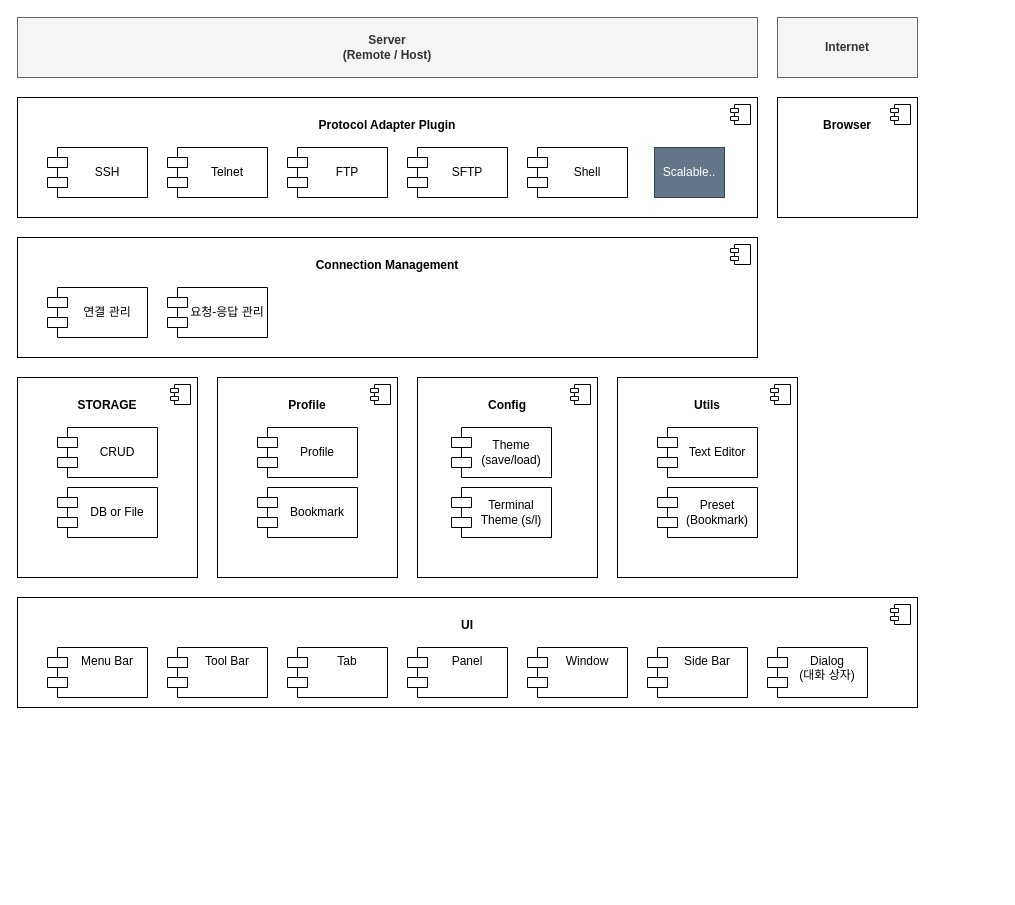
Before: DOC/02_design/01_component_architecture.drawio in whdrns2013/DATerm, a draw.io diagram. Source tidied: cells renumbered, new cells numbered last; positions are measured from the earlier drawing's top-left corner, leaving out a move shared by most shapes. Both pictures are drawn from the tidied source at 100%, with x=0, y=0 at pixel (17, 17).
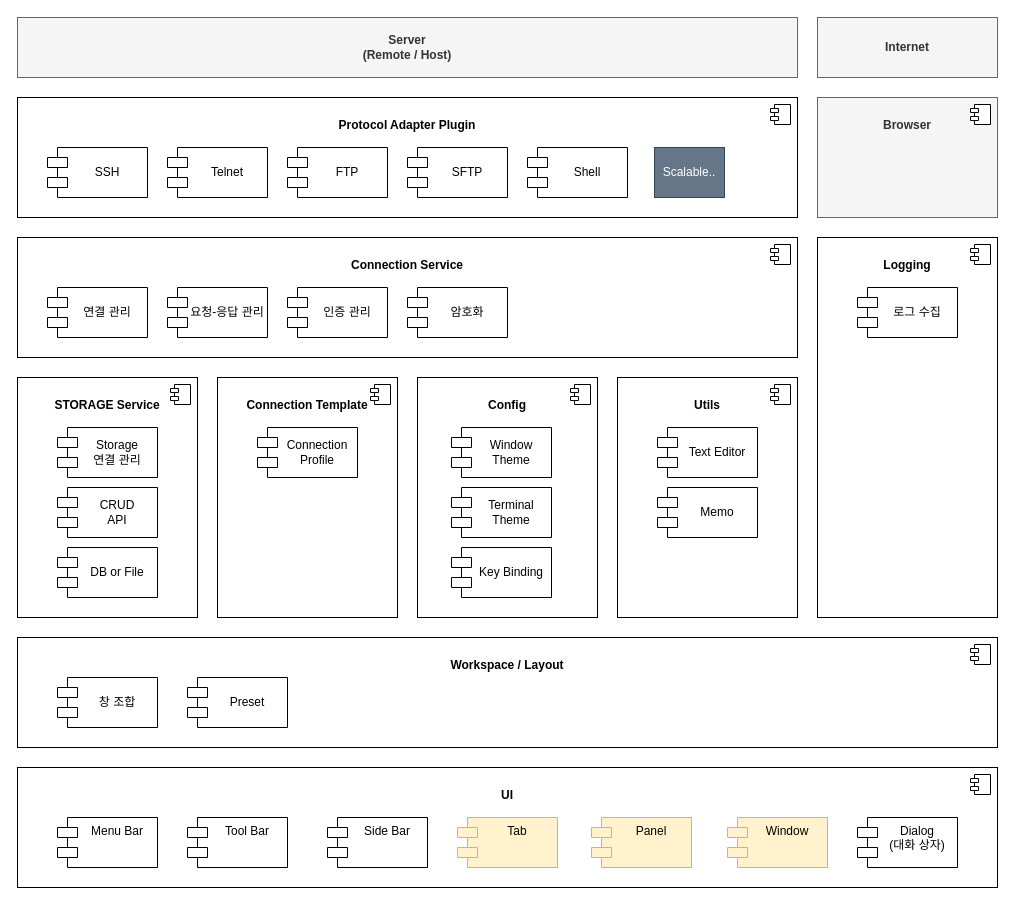
The same page after the edit.

Commit message:
[UPDATE] update component architecture

- 불필요 컴포넌트 삭제
- Workspace / Layout 컴포넌트 도입
- Logging 컴포넌트 도입

Diff of the diagram source:
```diff
@@
+    <mxCell id="43" value="&lt;div&gt;&lt;b&gt;&lt;br&gt;&lt;/b&gt;&lt;/div&gt;&lt;b&gt;Connection Template&lt;/b&gt;" style="html=1;whiteSpace=wrap;verticalAlign=top;" parent="1" vertex="1">
+      <mxGeometry x="200" y="360" width="180" height="240" as="geometry" />
+    </mxCell>
+    <mxCell id="44" style="shape=module;jettyWidth=8;jettyHeight=4;" parent="43" vertex="1">
+      <mxGeometry x="1" width="20" height="20" relative="1" as="geometry">
+        <mxPoint x="-27" y="7" as="offset" />
+      </mxGeometry>
+    </mxCell>
     <mxCell id="2" value="&lt;div&gt;&lt;b&gt;&lt;br&gt;&lt;/b&gt;&lt;/div&gt;&lt;b&gt;Protocol Adapter Plugin&lt;/b&gt;" style="html=1;whiteSpace=wrap;verticalAlign=top;" parent="1" vertex="1">
-      <mxGeometry y="80" width="740" height="120" as="geometry" />
+      <mxGeometry y="80" width="780" height="120" as="geometry" />
     </mxCell>
@@
     <mxCell id="4" value="&lt;b&gt;Server&lt;/b&gt;&lt;div&gt;&lt;b&gt;(Remote / Host)&lt;/b&gt;&lt;/div&gt;" style="rounded=0;whiteSpace=wrap;html=1;fillColor=#f5f5f5;fontColor=#333333;strokeColor=#666666;" parent="1" vertex="1">
-      <mxGeometry width="740" height="60" as="geometry" />
+      <mxGeometry width="780" height="60" as="geometry" />
     </mxCell>
     <mxCell id="5" value="&lt;div&gt;&lt;b&gt;&lt;br&gt;&lt;/b&gt;&lt;/div&gt;&lt;b&gt;UI&lt;/b&gt;" style="html=1;whiteSpace=wrap;verticalAlign=top;" parent="1" vertex="1">
-      <mxGeometry y="580" width="900" height="110" as="geometry" />
+      <mxGeometry y="750" width="980" height="120" as="geometry" />
     </mxCell>
@@
-    <mxCell id="7" value="Tab" style="shape=module;align=left;spacingLeft=20;align=center;verticalAlign=top;whiteSpace=wrap;html=1;" parent="1" vertex="1">
-      <mxGeometry x="270" y="630" width="100" height="50" as="geometry" />
+    <mxCell id="7" value="Tab" style="shape=module;align=left;spacingLeft=20;align=center;verticalAlign=top;whiteSpace=wrap;html=1;fillColor=#fff2cc;strokeColor=#d6b656;" parent="1" vertex="1">
+      <mxGeometry x="440" y="800" width="100" height="50" as="geometry" />
     </mxCell>
-    <mxCell id="8" value="&lt;div&gt;&lt;b&gt;&lt;br&gt;&lt;/b&gt;&lt;/div&gt;&lt;b&gt;STORAGE&lt;/b&gt;" style="html=1;whiteSpace=wrap;verticalAlign=top;" parent="1" vertex="1">
-      <mxGeometry y="360" width="180" height="200" as="geometry" />
+    <mxCell id="8" value="&lt;div&gt;&lt;b&gt;&lt;br&gt;&lt;/b&gt;&lt;/div&gt;&lt;b&gt;STORAGE Service&lt;/b&gt;" style="html=1;whiteSpace=wrap;verticalAlign=top;" parent="1" vertex="1">
+      <mxGeometry y="360" width="180" height="240" as="geometry" />
     </mxCell>
@@
     <mxCell id="15" value="&lt;div&gt;&lt;b&gt;&lt;br&gt;&lt;/b&gt;&lt;/div&gt;&lt;b&gt;Config&lt;/b&gt;" style="html=1;whiteSpace=wrap;verticalAlign=top;" parent="1" vertex="1">
-      <mxGeometry x="400" y="360" width="180" height="200" as="geometry" />
+      <mxGeometry x="400" y="360" width="180" height="240" as="geometry" />
     </mxCell>
@@
-    <mxCell id="17" value="Panel" style="shape=module;align=left;spacingLeft=20;align=center;verticalAlign=top;whiteSpace=wrap;html=1;" parent="1" vertex="1">
-      <mxGeometry x="390" y="630" width="100" height="50" as="geometry" />
+    <mxCell id="17" value="Panel" style="shape=module;align=left;spacingLeft=20;align=center;verticalAlign=top;whiteSpace=wrap;html=1;fillColor=#fff2cc;strokeColor=#d6b656;" parent="1" vertex="1">
+      <mxGeometry x="574" y="800" width="100" height="50" as="geometry" />
     </mxCell>
     <mxCell id="18" value="Menu Bar" style="shape=module;align=left;spacingLeft=20;align=center;verticalAlign=top;whiteSpace=wrap;html=1;" parent="1" vertex="1">
-      <mxGeometry x="30" y="630" width="100" height="50" as="geometry" />
+      <mxGeometry x="40" y="800" width="100" height="50" as="geometry" />
     </mxCell>
     <mxCell id="19" value="Tool Bar" style="shape=module;align=left;spacingLeft=20;align=center;verticalAlign=top;whiteSpace=wrap;html=1;" parent="1" vertex="1">
-      <mxGeometry x="150" y="630" width="100" height="50" as="geometry" />
+      <mxGeometry x="170" y="800" width="100" height="50" as="geometry" />
     </mxCell>
     <mxCell id="20" value="Side Bar" style="shape=module;align=left;spacingLeft=20;align=center;verticalAlign=top;whiteSpace=wrap;html=1;" parent="1" vertex="1">
-      <mxGeometry x="630" y="630" width="100" height="50" as="geometry" />
+      <mxGeometry x="310" y="800" width="100" height="50" as="geometry" />
     </mxCell>
     <mxCell id="21" value="Dialog&lt;div&gt;(대화 상자)&lt;/div&gt;" style="shape=module;align=left;spacingLeft=20;align=center;verticalAlign=top;whiteSpace=wrap;html=1;" parent="1" vertex="1">
-      <mxGeometry x="750" y="630" width="100" height="50" as="geometry" />
+      <mxGeometry x="840" y="800" width="100" height="50" as="geometry" />
     </mxCell>
     <mxCell id="22" value="&lt;div&gt;&lt;b&gt;&lt;br&gt;&lt;/b&gt;&lt;/div&gt;&lt;b&gt;Utils&lt;/b&gt;" style="html=1;whiteSpace=wrap;verticalAlign=top;" parent="1" vertex="1">
-      <mxGeometry x="600" y="360" width="180" height="200" as="geometry" />
+      <mxGeometry x="600" y="360" width="180" height="240" as="geometry" />
     </mxCell>
@@
-    <mxCell id="25" value="Preset&lt;div&gt;(Bookmark)&lt;/div&gt;" style="shape=module;align=center;spacingLeft=20;align=center;verticalAlign=middle;whiteSpace=wrap;html=1;" parent="1" vertex="1">
-      <mxGeometry x="640" y="470" width="100" height="50" as="geometry" />
+    <mxCell id="25" value="Connection&lt;div&gt;Profile&lt;/div&gt;" style="shape=module;align=center;spacingLeft=20;align=center;verticalAlign=middle;whiteSpace=wrap;html=1;" parent="1" vertex="1">
+      <mxGeometry x="240" y="410" width="100" height="50" as="geometry" />
     </mxCell>
-    <mxCell id="26" value="Window" style="shape=module;align=left;spacingLeft=20;align=center;verticalAlign=top;whiteSpace=wrap;html=1;" parent="1" vertex="1">
-      <mxGeometry x="510" y="630" width="100" height="50" as="geometry" />
+    <mxCell id="26" value="Window" style="shape=module;align=left;spacingLeft=20;align=center;verticalAlign=top;whiteSpace=wrap;html=1;fillColor=#fff2cc;strokeColor=#d6b656;" parent="1" vertex="1">
+      <mxGeometry x="710" y="800" width="100" height="50" as="geometry" />
     </mxCell>
@@
-    <mxCell id="28" value="&lt;div&gt;&lt;b&gt;&lt;br&gt;&lt;/b&gt;&lt;/div&gt;&lt;b&gt;Browser&lt;/b&gt;" style="html=1;whiteSpace=wrap;verticalAlign=top;" parent="1" vertex="1">
-      <mxGeometry x="760" y="80" width="140" height="120" as="geometry" />
+    <mxCell id="28" value="&lt;div&gt;&lt;b&gt;&lt;br&gt;&lt;/b&gt;&lt;/div&gt;&lt;b&gt;Browser&lt;/b&gt;" style="html=1;whiteSpace=wrap;verticalAlign=top;fillColor=#f5f5f5;fontColor=#333333;strokeColor=#666666;" parent="1" vertex="1">
+      <mxGeometry x="800" y="80" width="180" height="120" as="geometry" />
     </mxCell>
@@
     <mxCell id="30" value="&lt;b&gt;Internet&lt;/b&gt;" style="rounded=0;whiteSpace=wrap;html=1;fillColor=#f5f5f5;fontColor=#333333;strokeColor=#666666;" parent="1" vertex="1">
-      <mxGeometry x="760" width="140" height="60" as="geometry" />
+      <mxGeometry x="800" width="180" height="60" as="geometry" />
     </mxCell>
-    <mxCell id="31" value="Theme&lt;div&gt;(save/load)&lt;/div&gt;" style="shape=module;align=center;spacingLeft=20;align=center;verticalAlign=middle;whiteSpace=wrap;html=1;" parent="1" vertex="1">
+    <mxCell id="31" value="&lt;div&gt;Window&lt;/div&gt;Theme" style="shape=module;align=center;spacingLeft=20;align=center;verticalAlign=middle;whiteSpace=wrap;html=1;" parent="1" vertex="1">
       <mxGeometry x="434" y="410" width="100" height="50" as="geometry" />
     </mxCell>
     <mxCell id="32" value="DB or File" style="shape=module;align=center;spacingLeft=20;align=center;verticalAlign=middle;whiteSpace=wrap;html=1;" parent="1" vertex="1">
-      <mxGeometry x="40" y="470" width="100" height="50" as="geometry" />
+      <mxGeometry x="40" y="530" width="100" height="50" as="geometry" />
     </mxCell>
-    <mxCell id="33" value="Terminal&lt;div&gt;Theme (s/l)&lt;/div&gt;" style="shape=module;align=center;spacingLeft=20;align=center;verticalAlign=middle;whiteSpace=wrap;html=1;" parent="1" vertex="1">
+    <mxCell id="33" value="Terminal&lt;div&gt;Theme&lt;/div&gt;" style="shape=module;align=center;spacingLeft=20;align=center;verticalAlign=middle;whiteSpace=wrap;html=1;" parent="1" vertex="1">
       <mxGeometry x="434" y="470" width="100" height="50" as="geometry" />
     </mxCell>
-    <mxCell id="34" value="&lt;div&gt;&lt;b&gt;&lt;br&gt;&lt;/b&gt;&lt;/div&gt;&lt;b&gt;Connection Management&lt;/b&gt;" style="html=1;whiteSpace=wrap;verticalAlign=top;" parent="1" vertex="1">
-      <mxGeometry y="220" width="740" height="120" as="geometry" />
+    <mxCell id="34" value="&lt;div&gt;&lt;b&gt;&lt;br&gt;&lt;/b&gt;&lt;/div&gt;&lt;b&gt;Connection Service&lt;/b&gt;" style="html=1;whiteSpace=wrap;verticalAlign=top;" parent="1" vertex="1">
+      <mxGeometry y="220" width="780" height="120" as="geometry" />
     </mxCell>
@@
-    <mxCell id="38" value="&lt;div&gt;&lt;b&gt;&lt;br&gt;&lt;/b&gt;&lt;/div&gt;&lt;b&gt;Profile&lt;/b&gt;" style="html=1;whiteSpace=wrap;verticalAlign=top;" parent="1" vertex="1">
-      <mxGeometry x="200" y="360" width="180" height="200" as="geometry" />
-    </mxCell>
-    <mxCell id="39" style="shape=module;jettyWidth=8;jettyHeight=4;" parent="38" vertex="1">
-      <mxGeometry x="1" width="20" height="20" relative="1" as="geometry">
-        <mxPoint x="-27" y="7" as="offset" />
-      </mxGeometry>
-    </mxCell>
-    <mxCell id="40" value="Profile" style="shape=module;align=center;spacingLeft=20;align=center;verticalAlign=middle;whiteSpace=wrap;html=1;" parent="1" vertex="1">
-      <mxGeometry x="240" y="410" width="100" height="50" as="geometry" />
-    </mxCell>
-    <mxCell id="41" value="Bookmark" style="shape=module;align=center;spacingLeft=20;align=center;verticalAlign=middle;whiteSpace=wrap;html=1;" parent="1" vertex="1">
-      <mxGeometry x="240" y="470" width="100" height="50" as="geometry" />
-    </mxCell>
-    <mxCell id="42" value="CRUD" style="shape=module;align=center;spacingLeft=20;align=center;verticalAlign=middle;whiteSpace=wrap;html=1;" parent="1" vertex="1">
-      <mxGeometry x="40" y="410" width="100" height="50" as="geometry" />
+    <mxCell id="42" value="CRUD&lt;div&gt;API&lt;/div&gt;" style="shape=module;align=center;spacingLeft=20;align=center;verticalAlign=middle;whiteSpace=wrap;html=1;" parent="1" vertex="1">
+      <mxGeometry x="40" y="470" width="100" height="50" as="geometry" />
     </mxCell>
+    <mxCell id="45" value="Memo" style="shape=module;align=center;spacingLeft=20;align=center;verticalAlign=middle;whiteSpace=wrap;html=1;" parent="1" vertex="1">
+      <mxGeometry x="640" y="470" width="100" height="50" as="geometry" />
+    </mxCell>
+    <mxCell id="46" value="&lt;div&gt;&lt;b&gt;&lt;br&gt;&lt;/b&gt;&lt;/div&gt;&lt;b&gt;Workspace / Layout&lt;/b&gt;" style="html=1;whiteSpace=wrap;verticalAlign=top;" parent="1" vertex="1">
+      <mxGeometry y="620" width="980" height="110" as="geometry" />
+    </mxCell>
+    <mxCell id="47" style="shape=module;jettyWidth=8;jettyHeight=4;" parent="46" vertex="1">
+      <mxGeometry x="1" width="20" height="20" relative="1" as="geometry">
+        <mxPoint x="-27" y="7" as="offset" />
+      </mxGeometry>
+    </mxCell>
+    <mxCell id="48" value="창 조합" style="shape=module;align=center;spacingLeft=20;align=center;verticalAlign=middle;whiteSpace=wrap;html=1;" parent="1" vertex="1">
+      <mxGeometry x="40" y="660" width="100" height="50" as="geometry" />
+    </mxCell>
+    <mxCell id="49" value="Preset" style="shape=module;align=center;spacingLeft=20;align=center;verticalAlign=middle;whiteSpace=wrap;html=1;" parent="1" vertex="1">
+      <mxGeometry x="170" y="660" width="100" height="50" as="geometry" />
+    </mxCell>
+    <mxCell id="50" value="Key Binding" style="shape=module;align=center;spacingLeft=20;align=center;verticalAlign=middle;whiteSpace=wrap;html=1;" parent="1" vertex="1">
+      <mxGeometry x="434" y="530" width="100" height="50" as="geometry" />
+    </mxCell>
+    <mxCell id="51" value="인증 관리" style="shape=module;align=center;spacingLeft=20;align=center;verticalAlign=middle;whiteSpace=wrap;html=1;" parent="1" vertex="1">
+      <mxGeometry x="270" y="270" width="100" height="50" as="geometry" />
+    </mxCell>
+    <mxCell id="52" value="암호화" style="shape=module;align=center;spacingLeft=20;align=center;verticalAlign=middle;whiteSpace=wrap;html=1;" parent="1" vertex="1">
+      <mxGeometry x="390" y="270" width="100" height="50" as="geometry" />
+    </mxCell>
+    <mxCell id="53" value="Storage&lt;div&gt;연결 관리&lt;/div&gt;" style="shape=module;align=center;spacingLeft=20;align=center;verticalAlign=middle;whiteSpace=wrap;html=1;" parent="1" vertex="1">
+      <mxGeometry x="40" y="410" width="100" height="50" as="geometry" />
+    </mxCell>
+    <mxCell id="54" value="&lt;div&gt;&lt;b&gt;&lt;br&gt;&lt;/b&gt;&lt;/div&gt;&lt;b&gt;Logging&lt;/b&gt;" style="html=1;whiteSpace=wrap;verticalAlign=top;" parent="1" vertex="1">
+      <mxGeometry x="800" y="220" width="180" height="380" as="geometry" />
+    </mxCell>
+    <mxCell id="55" style="shape=module;jettyWidth=8;jettyHeight=4;" parent="54" vertex="1">
+      <mxGeometry x="1" width="20" height="20" relative="1" as="geometry">
+        <mxPoint x="-27" y="7" as="offset" />
+      </mxGeometry>
+    </mxCell>
+    <mxCell id="56" value="로그 수집" style="shape=module;align=center;spacingLeft=20;align=center;verticalAlign=middle;whiteSpace=wrap;html=1;" parent="1" vertex="1">
+      <mxGeometry x="840" y="270" width="100" height="50" as="geometry" />
+    </mxCell>
```
